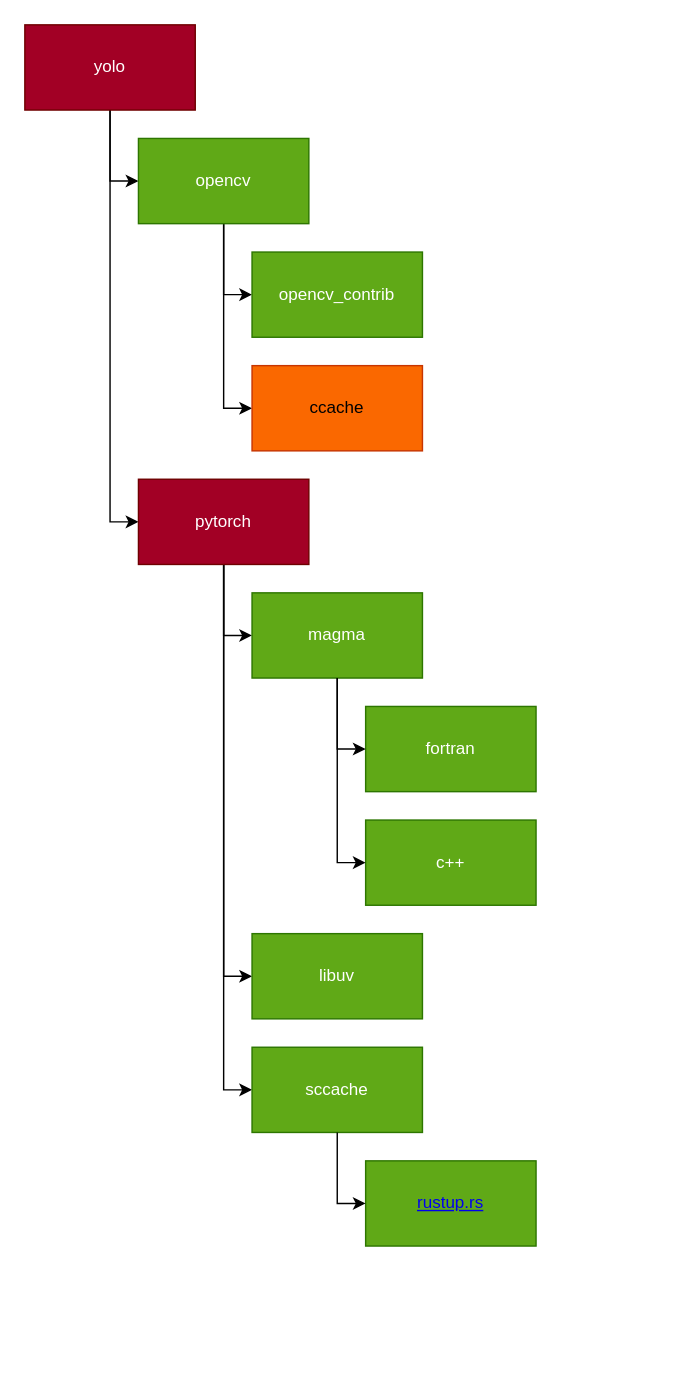
The draw.io diagram Yolo_dependence.drawio in nVietUK/nVietUK, before the edit. Source tidied: cells renumbered, new cells numbered last; positions are measured from the earlier drawing's top-left corner, leaving out a move shared by most shapes. Both pictures are drawn from the tidied source at 142%, with x=0, y=0 at pixel (24, 24).
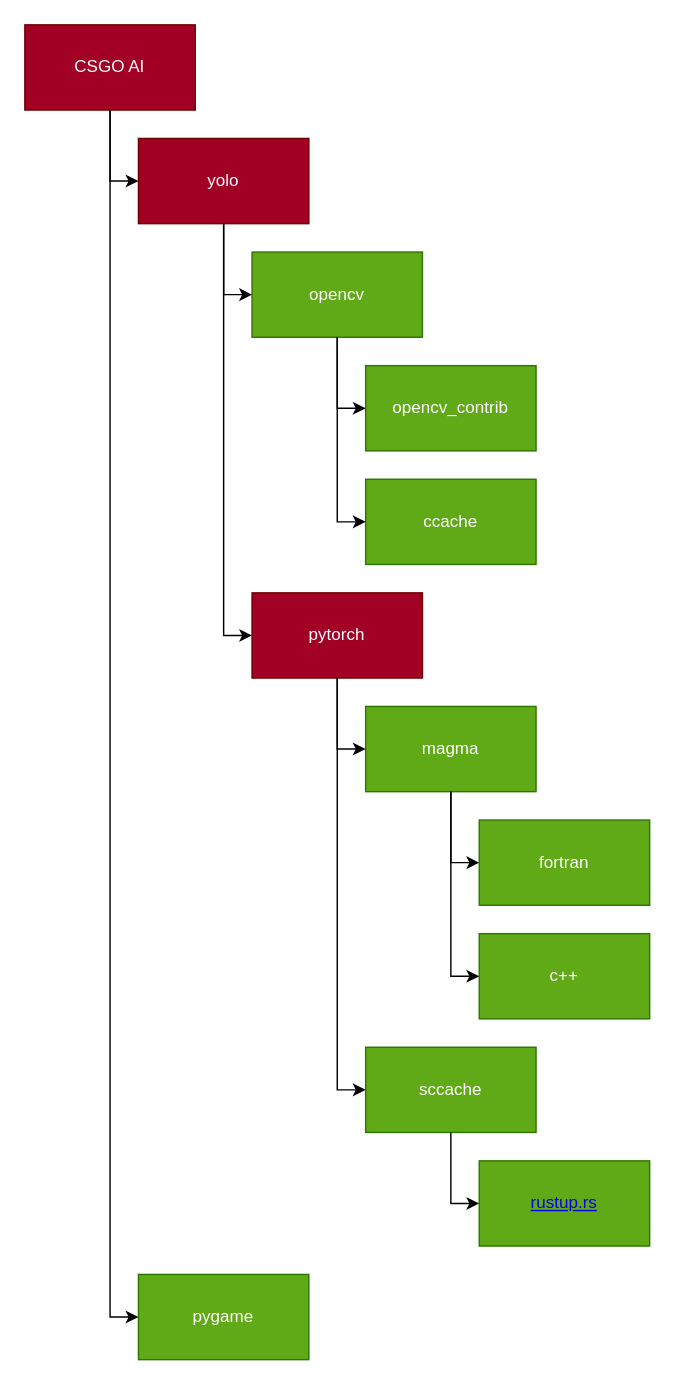
The same page after the edit.

The change refers to these unchanged cells:
```xml
<mxCell id="16" value="magma" style="whiteSpace=wrap;html=1;fillColor=#60a917;strokeColor=#2D7600;fontColor=#ffffff;rounded=0;" parent="15" vertex="1">
  <mxGeometry width="120" height="60" as="geometry" />
</mxCell>
<mxCell id="22" value="sccache&lt;br&gt;" style="whiteSpace=wrap;html=1;fillColor=#60a917;strokeColor=#2D7600;fontColor=#ffffff;rounded=0;" parent="21" vertex="1">
  <mxGeometry width="120" height="60" as="geometry" />
</mxCell>
```

Diff of the diagram source:
```diff
@@
-    <mxCell id="2" style="html=1;entryX=0;entryY=0.5;entryDx=0;entryDy=0;strokeColor=default;rounded=0;edgeStyle=orthogonalEdgeStyle;" parent="1" edge="1" source="4" target="7">
-      <mxGeometry relative="1" as="geometry" />
-    </mxCell>
-    <mxCell id="3" style="edgeStyle=orthogonalEdgeStyle;rounded=0;html=1;entryX=0;entryY=0.5;entryDx=0;entryDy=0;strokeColor=default;" parent="1" edge="1" source="4" target="13">
-      <mxGeometry relative="1" as="geometry" />
-    </mxCell>
+    <mxCell id="25" style="group;" parent="1" vertex="1">
+      <mxGeometry x="80" y="80" width="360" height="860" as="geometry" />
+    </mxCell>
-    <mxCell id="4" value="yolo&lt;br&gt;" style="rounded=0;whiteSpace=wrap;html=1;fillColor=#a20025;fontColor=#ffffff;strokeColor=#6F0000;" parent="1" vertex="1">
+    <mxCell id="4" value="yolo&lt;br&gt;" style="rounded=0;whiteSpace=wrap;html=1;fillColor=#a20025;fontColor=#ffffff;strokeColor=#6F0000;" parent="25" vertex="1">
       <mxGeometry width="120" height="60" as="geometry" />
     </mxCell>
-    <mxCell id="5" style="edgeStyle=orthogonalEdgeStyle;rounded=0;html=1;entryX=0;entryY=0.5;entryDx=0;entryDy=0;strokeColor=default;" parent="1" edge="1" source="7" target="8">
-      <mxGeometry relative="1" as="geometry" />
-    </mxCell>
-    <mxCell id="6" style="edgeStyle=orthogonalEdgeStyle;rounded=0;html=1;entryX=0;entryY=0.5;entryDx=0;entryDy=0;strokeColor=default;" parent="1" edge="1" source="7" target="9">
-      <mxGeometry relative="1" as="geometry" />
-    </mxCell>
-    <mxCell id="7" value="opencv&lt;br&gt;" style="rounded=0;whiteSpace=wrap;html=1;fillColor=#60a917;fontColor=#ffffff;strokeColor=#2D7600;" parent="1" vertex="1">
-      <mxGeometry x="80" y="80" width="120" height="60" as="geometry" />
-    </mxCell>
-    <mxCell id="8" value="opencv_contrib&lt;br&gt;" style="rounded=0;whiteSpace=wrap;html=1;fillColor=#60a917;fontColor=#ffffff;strokeColor=#2D7600;" parent="1" vertex="1">
-      <mxGeometry x="160" y="160" width="120" height="60" as="geometry" />
-    </mxCell>
-    <mxCell id="9" value="ccache" style="rounded=0;whiteSpace=wrap;html=1;fillColor=#fa6800;fontColor=#000000;strokeColor=#C73500;" parent="1" vertex="1">
-      <mxGeometry x="160" y="240" width="120" height="60" as="geometry" />
-    </mxCell>
-    <mxCell id="10" style="edgeStyle=orthogonalEdgeStyle;html=1;entryX=0;entryY=0.5;entryDx=0;entryDy=0;rounded=0;" parent="1" edge="1" source="13" target="16">
-      <mxGeometry relative="1" as="geometry" />
-    </mxCell>
-    <mxCell id="11" style="edgeStyle=orthogonalEdgeStyle;rounded=0;html=1;entryX=0;entryY=0.5;entryDx=0;entryDy=0;" parent="1" edge="1" source="13" target="14">
-      <mxGeometry relative="1" as="geometry" />
-    </mxCell>
-    <mxCell id="12" style="edgeStyle=orthogonalEdgeStyle;rounded=0;html=1;entryX=0;entryY=0.5;entryDx=0;entryDy=0;" parent="1" edge="1" source="13" target="22">
-      <mxGeometry relative="1" as="geometry" />
-    </mxCell>
+    <mxCell id="26" style="group;" parent="25" vertex="1">
+      <mxGeometry x="80" y="320" width="280" height="540" as="geometry" />
+    </mxCell>
-    <mxCell id="13" value="pytorch&lt;br&gt;" style="rounded=0;whiteSpace=wrap;html=1;fillColor=#a20025;fontColor=#ffffff;strokeColor=#6F0000;" parent="1" vertex="1">
-      <mxGeometry x="80" y="320" width="120" height="60" as="geometry" />
+    <mxCell id="13" value="pytorch&lt;br&gt;" style="rounded=0;whiteSpace=wrap;html=1;fillColor=#a20025;fontColor=#ffffff;strokeColor=#6F0000;" parent="26" vertex="1">
+      <mxGeometry width="120" height="60" as="geometry" />
     </mxCell>
-    <mxCell id="14" value="libuv" style="rounded=0;whiteSpace=wrap;html=1;fillColor=#60a917;fontColor=#ffffff;strokeColor=#2D7600;" parent="1" vertex="1">
-      <mxGeometry x="160" y="640" width="120" height="60" as="geometry" />
-    </mxCell>
-    <mxCell id="15" style="group;" parent="1" vertex="1">
-      <mxGeometry x="160" y="400" width="200" height="220" as="geometry" />
+    <mxCell id="15" style="group;" parent="26" vertex="1">
+      <mxGeometry x="80" y="80" width="200" height="220" as="geometry" />
     </mxCell>
@@
+    <mxCell id="10" style="edgeStyle=orthogonalEdgeStyle;html=1;entryX=0;entryY=0.5;entryDx=0;entryDy=0;rounded=0;" parent="26" edge="1" source="13" target="16">
+      <mxGeometry relative="1" as="geometry" />
+    </mxCell>
+    <mxCell id="12" style="edgeStyle=orthogonalEdgeStyle;rounded=0;html=1;entryX=0;entryY=0.5;entryDx=0;entryDy=0;" parent="26" edge="1" source="13" target="22">
+      <mxGeometry relative="1" as="geometry" />
+    </mxCell>
-    <mxCell id="21" style="group;" parent="1" vertex="1">
-      <mxGeometry x="160" y="720" width="200" height="140" as="geometry" />
+    <mxCell id="21" style="group;" parent="26" vertex="1">
+      <mxGeometry x="80" y="320" width="200" height="140" as="geometry" />
     </mxCell>
@@
+    <mxCell id="3" style="edgeStyle=orthogonalEdgeStyle;rounded=0;html=1;entryX=0;entryY=0.5;entryDx=0;entryDy=0;strokeColor=default;" parent="25" edge="1" source="4" target="13">
+      <mxGeometry relative="1" as="geometry" />
+    </mxCell>
+    <mxCell id="27" style="group;" parent="25" vertex="1">
+      <mxGeometry x="80" y="80" width="200" height="220" as="geometry" />
+    </mxCell>
+    <mxCell id="7" value="opencv&lt;br&gt;" style="rounded=0;whiteSpace=wrap;html=1;fillColor=#60a917;fontColor=#ffffff;strokeColor=#2D7600;" parent="27" vertex="1">
+      <mxGeometry width="120" height="60" as="geometry" />
+    </mxCell>
+    <mxCell id="8" value="opencv_contrib&lt;br&gt;" style="rounded=0;whiteSpace=wrap;html=1;fillColor=#60a917;fontColor=#ffffff;strokeColor=#2D7600;" parent="27" vertex="1">
+      <mxGeometry x="80" y="80" width="120" height="60" as="geometry" />
+    </mxCell>
+    <mxCell id="5" style="edgeStyle=orthogonalEdgeStyle;rounded=0;html=1;entryX=0;entryY=0.5;entryDx=0;entryDy=0;strokeColor=default;" parent="27" edge="1" source="7" target="8">
+      <mxGeometry relative="1" as="geometry" />
+    </mxCell>
+    <mxCell id="9" value="ccache" style="rounded=0;whiteSpace=wrap;html=1;fillColor=#60a917;fontColor=#ffffff;strokeColor=#2D7600;" parent="27" vertex="1">
+      <mxGeometry x="80" y="160" width="120" height="60" as="geometry" />
+    </mxCell>
+    <mxCell id="6" style="edgeStyle=orthogonalEdgeStyle;rounded=0;html=1;entryX=0;entryY=0.5;entryDx=0;entryDy=0;strokeColor=default;" parent="27" edge="1" source="7" target="9">
+      <mxGeometry relative="1" as="geometry" />
+    </mxCell>
+    <mxCell id="2" style="html=1;entryX=0;entryY=0.5;entryDx=0;entryDy=0;strokeColor=default;rounded=0;edgeStyle=orthogonalEdgeStyle;" parent="25" edge="1" source="4" target="7">
+      <mxGeometry relative="1" as="geometry" />
+    </mxCell>
+    <mxCell id="28" value="pygame&lt;br&gt;" style="whiteSpace=wrap;html=1;fillColor=#60a917;strokeColor=#2D7600;fontColor=#ffffff;rounded=0;" parent="25" vertex="1">
+      <mxGeometry y="800" width="120" height="60" as="geometry" />
+    </mxCell>
+    <mxCell id="29" style="edgeStyle=orthogonalEdgeStyle;html=1;entryX=0;entryY=0.5;entryDx=0;entryDy=0;rounded=0;" parent="1" edge="1" source="31" target="4">
+      <mxGeometry relative="1" as="geometry" />
+    </mxCell>
+    <mxCell id="30" style="edgeStyle=orthogonalEdgeStyle;rounded=0;html=1;entryX=0;entryY=0.5;entryDx=0;entryDy=0;" parent="1" edge="1" source="31" target="28">
+      <mxGeometry relative="1" as="geometry" />
+    </mxCell>
+    <mxCell id="31" value="CSGO AI" style="rounded=0;whiteSpace=wrap;html=1;fillColor=#a20025;fontColor=#ffffff;strokeColor=#6F0000;" parent="1" vertex="1">
+      <mxGeometry width="120" height="60" as="geometry" />
+    </mxCell>
```
